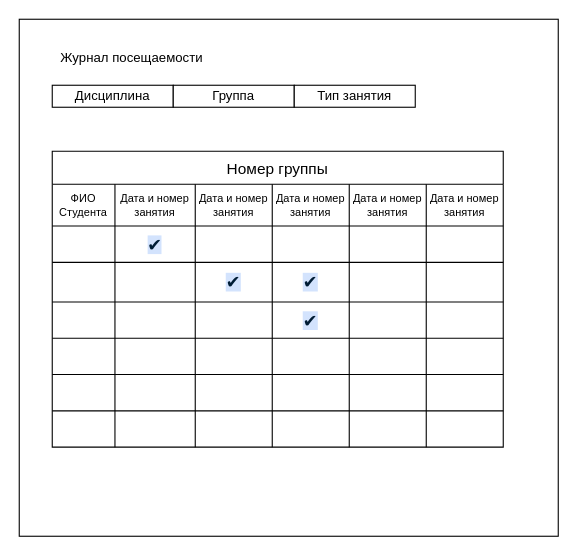
The draw.io diagram page "journal" (2 of 4) of ВКР/drawio/Интерфейсы.drawio in kuskas112/Labs, before the edit. Source tidied: cells renumbered, new cells numbered last; positions are measured from the earlier drawing's top-left corner, leaving out a move shared by most shapes. Both pictures are drawn from the tidied source at 110%, with x=0, y=0 at pixel (19, 19).
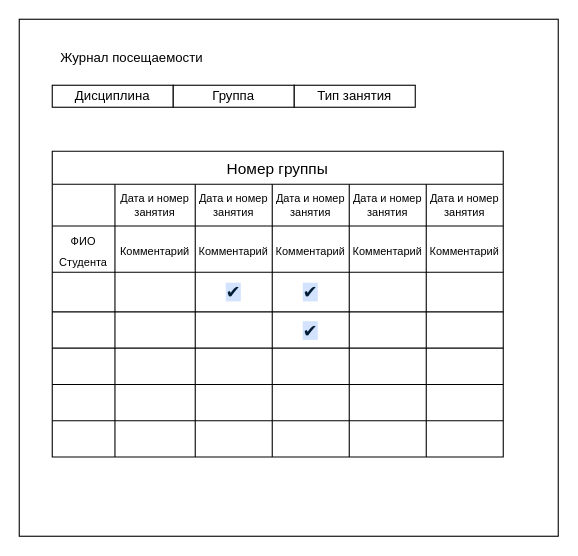
Above is the later version.

Unchanged cells that the change refers to:
```xml
<mxCell id="6" style="shape=tableRow;horizontal=0;startSize=0;swimlaneHead=0;swimlaneBody=0;strokeColor=inherit;top=0;left=0;bottom=0;right=0;fillColor=none;fontSize=16;" parent="5" vertex="1">
  <mxGeometry y="30" width="410" height="38" as="geometry" />
</mxCell>
```

The edit, as a diff of the source:
```diff
@@
     <mxCell id="5" value="Номер группы" style="shape=table;startSize=30;childLayout=tableLayout;strokeColor=default;fontSize=14;" parent="1" vertex="1">
-      <mxGeometry x="30" y="120" width="410" height="269" as="geometry" />
+      <mxGeometry x="30" y="120" width="410" height="278" as="geometry" />
     </mxCell>
@@
-    <mxCell id="7" value="ФИО Студента" style="shape=partialRectangle;html=1;whiteSpace=wrap;strokeColor=inherit;overflow=hidden;fillColor=none;top=0;left=0;bottom=0;right=0;fontSize=10;" parent="6" vertex="1">
+    <mxCell id="7" style="shape=partialRectangle;html=1;whiteSpace=wrap;strokeColor=inherit;overflow=hidden;fillColor=none;top=0;left=0;bottom=0;right=0;fontSize=10;" parent="6" vertex="1">
       <mxGeometry width="57" height="38" as="geometry" />
     </mxCell>
@@
     <mxCell id="13" style="shape=tableRow;horizontal=0;startSize=0;swimlaneHead=0;swimlaneBody=0;strokeColor=inherit;top=0;left=0;bottom=0;right=0;fillColor=none;fontSize=16;" parent="5" vertex="1">
-      <mxGeometry y="68" width="410" height="33" as="geometry" />
+      <mxGeometry y="68" width="410" height="42" as="geometry" />
     </mxCell>
-    <mxCell id="14" style="shape=partialRectangle;html=1;whiteSpace=wrap;strokeColor=inherit;overflow=hidden;fillColor=none;top=0;left=0;bottom=0;right=0;fontSize=16;" parent="13" vertex="1">
-      <mxGeometry width="57" height="33" as="geometry" />
+    <mxCell id="14" value="&lt;span style=&quot;font-size: 10px;&quot;&gt;ФИО Студента&lt;/span&gt;" style="shape=partialRectangle;html=1;whiteSpace=wrap;strokeColor=inherit;overflow=hidden;fillColor=none;top=0;left=0;bottom=0;right=0;fontSize=16;" parent="13" vertex="1">
+      <mxGeometry width="57" height="42" as="geometry" />
     </mxCell>
-    <mxCell id="15" value="&lt;span style=&quot;color: rgb(0, 29, 53); font-family: &amp;quot;Google Sans&amp;quot;, Arial, sans-serif; text-align: start; background-color: rgb(211, 227, 253);&quot;&gt;✔&lt;/span&gt;" style="shape=partialRectangle;html=1;whiteSpace=wrap;strokeColor=inherit;overflow=hidden;fillColor=none;top=0;left=0;bottom=0;right=0;fontSize=16;" parent="13" vertex="1">
-      <mxGeometry x="57" width="73" height="33" as="geometry" />
+    <mxCell id="15" value="&lt;span style=&quot;font-size: 10px;&quot;&gt;Комментарий&lt;/span&gt;" style="shape=partialRectangle;html=1;whiteSpace=wrap;strokeColor=inherit;overflow=hidden;fillColor=none;top=0;left=0;bottom=0;right=0;fontSize=16;" parent="13" vertex="1">
+      <mxGeometry x="57" width="73" height="42" as="geometry" />
     </mxCell>
-    <mxCell id="16" style="shape=partialRectangle;html=1;whiteSpace=wrap;strokeColor=inherit;overflow=hidden;fillColor=none;top=0;left=0;bottom=0;right=0;fontSize=16;" parent="13" vertex="1">
-      <mxGeometry x="130" width="70" height="33" as="geometry" />
+    <mxCell id="16" value="&lt;span style=&quot;font-size: 10px;&quot;&gt;Комментарий&lt;/span&gt;" style="shape=partialRectangle;html=1;whiteSpace=wrap;strokeColor=inherit;overflow=hidden;fillColor=none;top=0;left=0;bottom=0;right=0;fontSize=16;" parent="13" vertex="1">
+      <mxGeometry x="130" width="70" height="42" as="geometry" />
     </mxCell>
-    <mxCell id="17" style="shape=partialRectangle;html=1;whiteSpace=wrap;strokeColor=inherit;overflow=hidden;fillColor=none;top=0;left=0;bottom=0;right=0;fontSize=16;" parent="13" vertex="1">
-      <mxGeometry x="200" width="70" height="33" as="geometry" />
+    <mxCell id="17" value="&lt;span style=&quot;font-size: 10px;&quot;&gt;Комментарий&lt;/span&gt;" style="shape=partialRectangle;html=1;whiteSpace=wrap;strokeColor=inherit;overflow=hidden;fillColor=none;top=0;left=0;bottom=0;right=0;fontSize=16;" parent="13" vertex="1">
+      <mxGeometry x="200" width="70" height="42" as="geometry" />
     </mxCell>
-    <mxCell id="18" style="shape=partialRectangle;html=1;whiteSpace=wrap;strokeColor=inherit;overflow=hidden;fillColor=none;top=0;left=0;bottom=0;right=0;fontSize=16;" parent="13" vertex="1">
-      <mxGeometry x="270" width="70" height="33" as="geometry" />
+    <mxCell id="18" value="&lt;span style=&quot;font-size: 10px;&quot;&gt;Комментарий&lt;/span&gt;" style="shape=partialRectangle;html=1;whiteSpace=wrap;strokeColor=inherit;overflow=hidden;fillColor=none;top=0;left=0;bottom=0;right=0;fontSize=16;" parent="13" vertex="1">
+      <mxGeometry x="270" width="70" height="42" as="geometry" />
     </mxCell>
-    <mxCell id="19" style="shape=partialRectangle;html=1;whiteSpace=wrap;strokeColor=inherit;overflow=hidden;fillColor=none;top=0;left=0;bottom=0;right=0;fontSize=16;" parent="13" vertex="1">
-      <mxGeometry x="340" width="70" height="33" as="geometry" />
+    <mxCell id="19" value="&lt;span style=&quot;font-size: 10px;&quot;&gt;Комментарий&lt;/span&gt;" style="shape=partialRectangle;html=1;whiteSpace=wrap;strokeColor=inherit;overflow=hidden;fillColor=none;top=0;left=0;bottom=0;right=0;fontSize=16;" parent="13" vertex="1">
+      <mxGeometry x="340" width="70" height="42" as="geometry" />
     </mxCell>
     <mxCell id="20" style="shape=tableRow;horizontal=0;startSize=0;swimlaneHead=0;swimlaneBody=0;strokeColor=inherit;top=0;left=0;bottom=0;right=0;fillColor=none;fontSize=16;" parent="5" vertex="1">
-      <mxGeometry y="101" width="410" height="36" as="geometry" />
+      <mxGeometry y="110" width="410" height="36" as="geometry" />
     </mxCell>
@@
     <mxCell id="27" style="shape=tableRow;horizontal=0;startSize=0;swimlaneHead=0;swimlaneBody=0;strokeColor=inherit;top=0;left=0;bottom=0;right=0;fillColor=none;fontSize=16;" parent="5" vertex="1">
-      <mxGeometry y="137" width="410" height="33" as="geometry" />
+      <mxGeometry y="146" width="410" height="33" as="geometry" />
     </mxCell>
@@
     <mxCell id="34" style="shape=tableRow;horizontal=0;startSize=0;swimlaneHead=0;swimlaneBody=0;strokeColor=inherit;top=0;left=0;bottom=0;right=0;fillColor=none;fontSize=16;" parent="5" vertex="1">
-      <mxGeometry y="170" width="410" height="33" as="geometry" />
+      <mxGeometry y="179" width="410" height="33" as="geometry" />
     </mxCell>
@@
     <mxCell id="41" style="shape=tableRow;horizontal=0;startSize=0;swimlaneHead=0;swimlaneBody=0;strokeColor=inherit;top=0;left=0;bottom=0;right=0;fillColor=none;fontSize=16;" parent="5" vertex="1">
-      <mxGeometry y="203" width="410" height="33" as="geometry" />
+      <mxGeometry y="212" width="410" height="33" as="geometry" />
     </mxCell>
@@
     <mxCell id="48" style="shape=tableRow;horizontal=0;startSize=0;swimlaneHead=0;swimlaneBody=0;strokeColor=inherit;top=0;left=0;bottom=0;right=0;fillColor=none;fontSize=16;" parent="5" vertex="1">
-      <mxGeometry y="236" width="410" height="33" as="geometry" />
+      <mxGeometry y="245" width="410" height="33" as="geometry" />
     </mxCell>
```
